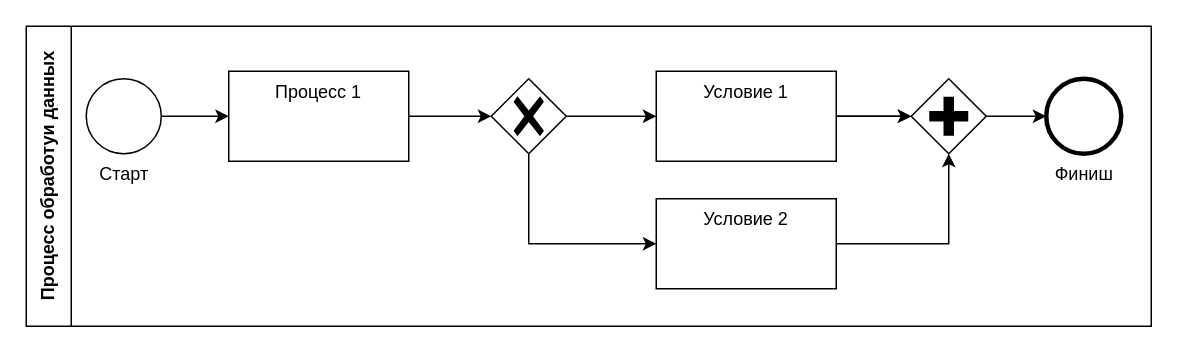
The draw.io diagram page "diagram-1" (1 of 2) of components/data-processing-engine/modules/ROOT/examples/drawio/diagrams.drawio in Vvvnik/ods-project, before the edit. Source tidied: cells renumbered, new cells numbered last; positions are measured from the earlier drawing's top-left corner, leaving out a move shared by most shapes. Both pictures are drawn from the tidied source at 150%, with x=0, y=0 at pixel (26, 26).
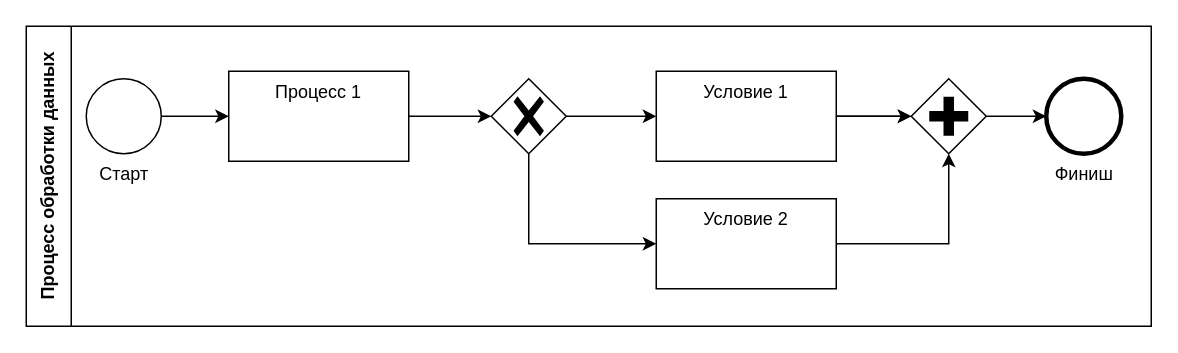
The same page after the edit.

The edit, as a diff of the source:
```diff
@@
-    <mxCell id="2" value="Процесс обработуи данных" style="swimlane;startSize=30;horizontal=0;html=1;whiteSpace=wrap;" parent="1" vertex="1">
+    <mxCell id="2" value="Процесс обработки данных" style="swimlane;startSize=30;horizontal=0;html=1;whiteSpace=wrap;" parent="1" vertex="1">
       <mxGeometry width="750" height="200" as="geometry" />
     </mxCell>
```
